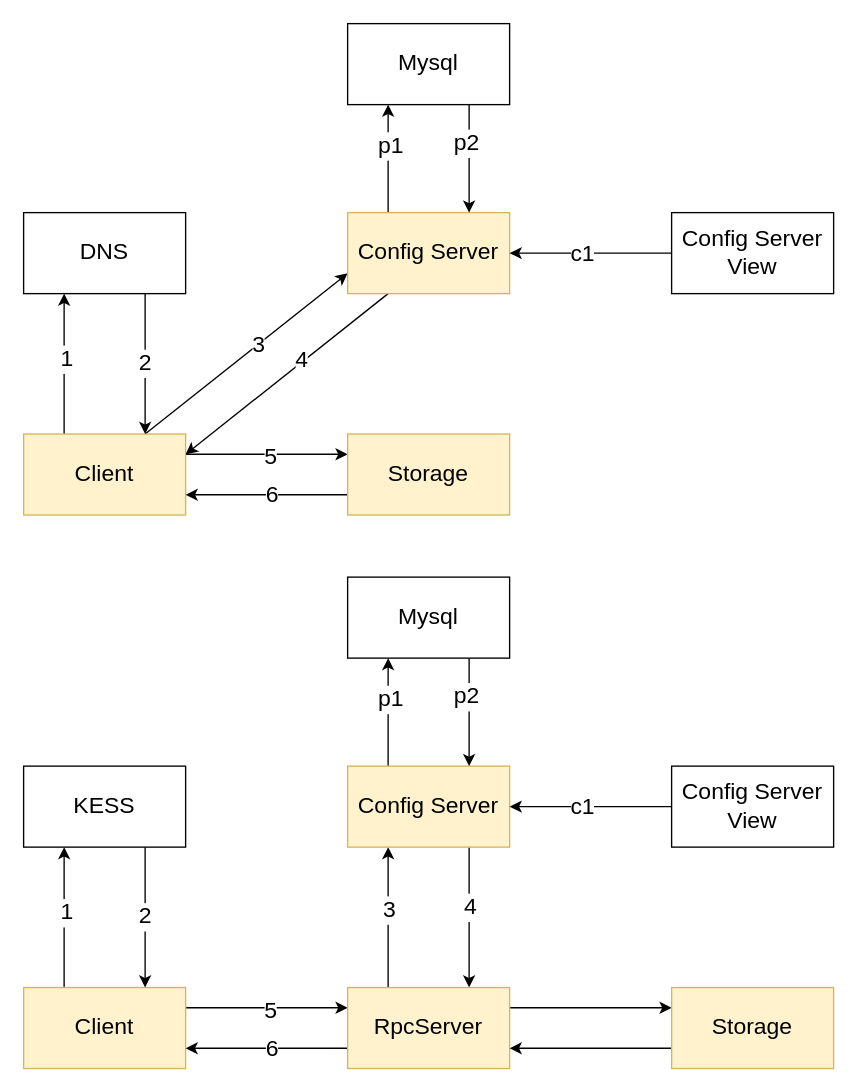
The draw.io diagram Untitled Diagram.drawio in FlyThroughAir/DrawHere, before the edit. Source tidied: cells renumbered, new cells numbered last; positions are measured from the earlier drawing's top-left corner, leaving out a move shared by most shapes. Both pictures are drawn from the tidied source at 135%, with x=0, y=0 at pixel (23, 23).
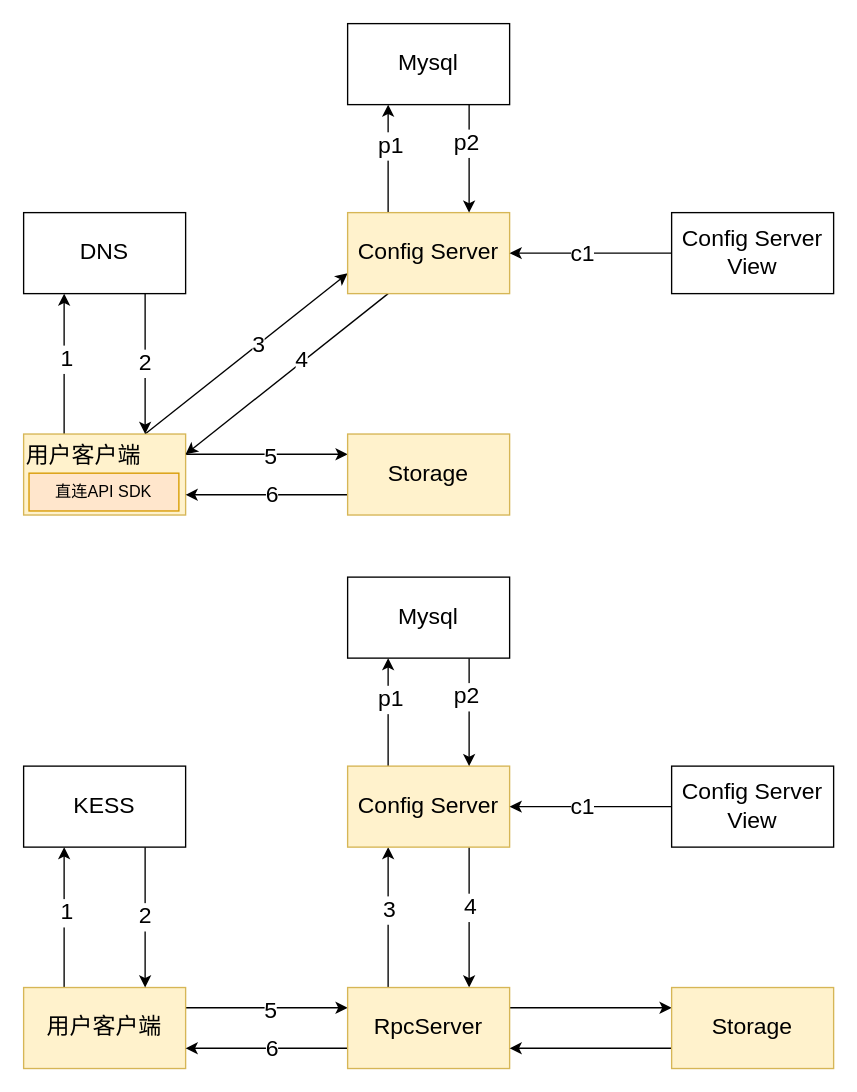
The same page after the edit.

What changed in the source:
```diff
@@
-    <mxCell id="8" value="Client" style="rounded=0;whiteSpace=wrap;html=1;fontSize=17;fillColor=#fff2cc;strokeColor=#d6b656;" parent="1" vertex="1">
+    <mxCell id="8" value="用户客户端" style="rounded=0;whiteSpace=wrap;html=1;fontSize=17;fillColor=#fff2cc;strokeColor=#d6b656;verticalAlign=top;align=left;" parent="1" vertex="1">
       <mxGeometry y="304" width="120" height="60" as="geometry" />
     </mxCell>
@@
-    <mxCell id="31" value="Client" style="rounded=0;whiteSpace=wrap;html=1;fontSize=17;fillColor=#fff2cc;strokeColor=#d6b656;" parent="1" vertex="1">
+    <mxCell id="31" value="用户客户端" style="rounded=0;whiteSpace=wrap;html=1;fontSize=17;fillColor=#fff2cc;strokeColor=#d6b656;" parent="1" vertex="1">
       <mxGeometry y="714" width="120" height="60" as="geometry" />
     </mxCell>
@@
+    <mxCell id="51" value="直连API SDK" style="rounded=0;whiteSpace=wrap;html=1;fillColor=#ffe6cc;strokeColor=#d79b00;" parent="1" vertex="1">
+      <mxGeometry x="4" y="333" width="111" height="28" as="geometry" />
+    </mxCell>
```
